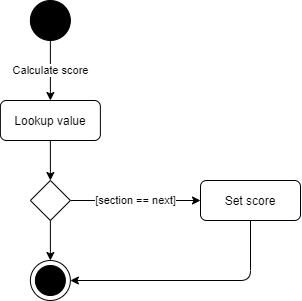
This is documentation/'Around the World' Game Logic.png from kparlak/dart-scoring-system, a draw.io export, as it was before one commit. Source tidied: cells renumbered, new cells last; positions are measured from the earlier drawing's top-left corner, leaving out a move shared by most shapes.
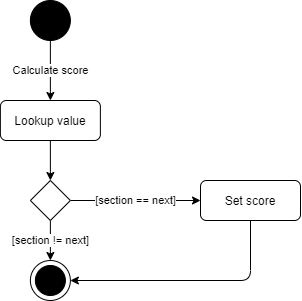
After the change.

The edit, as a diff of the source:
```diff
@@ -17,7 +17,7 @@
     <mxCell id="6" value="[section == next]" style="edgeStyle=orthogonalEdgeStyle;rounded=1;jettySize=auto;html=1;exitX=1;exitY=0.5;exitDx=0;exitDy=0;entryX=0;entryY=0.5;entryDx=0;entryDy=0;" parent="1" edge="1" source="8" target="5">
       <mxGeometry relative="1" as="geometry" />
     </mxCell>
-    <mxCell id="7" style="edgeStyle=orthogonalEdgeStyle;rounded=1;jettySize=auto;html=1;exitX=0.5;exitY=1;exitDx=0;exitDy=0;entryX=0.5;entryY=0;entryDx=0;entryDy=0;entryPerimeter=0;" parent="1" edge="1" source="8" target="9">
+    <mxCell id="7" value="[section != next]" style="edgeStyle=orthogonalEdgeStyle;rounded=1;jettySize=auto;html=1;exitX=0.5;exitY=1;exitDx=0;exitDy=0;entryX=0.5;entryY=0;entryDx=0;entryDy=0;entryPerimeter=0;" parent="1" edge="1" source="8" target="9">
       <mxGeometry relative="1" as="geometry" />
     </mxCell>
     <mxCell id="8" style="shape=rhombus;html=1;labelPosition=right;align=left;verticalAlign=middle;" parent="1" vertex="1">
```
